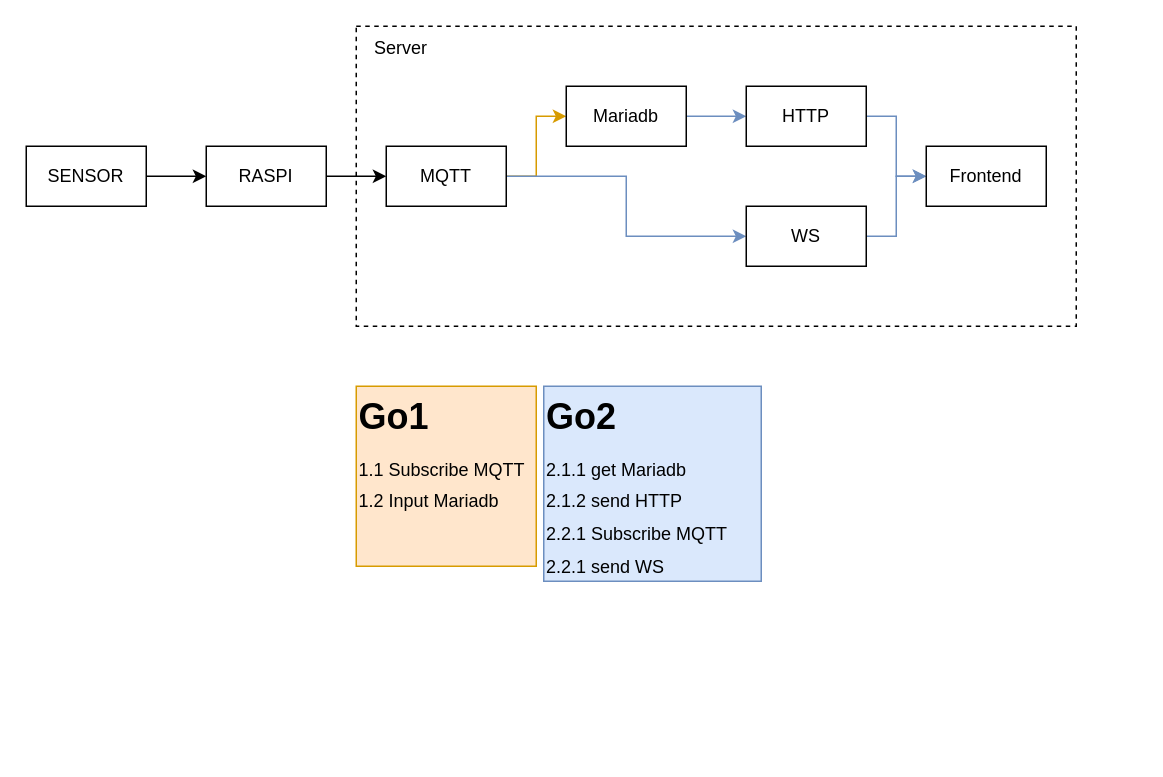
Henzine/heb-flow keeps this draw.io diagram as Flow HEB.drawio. Above is the earlier version. Source tidied: cells renumbered, new cells numbered last; positions are measured from the earlier drawing's top-left corner, leaving out a move shared by most shapes. Both pictures are drawn from the tidied source at 150%, with x=0, y=0 at pixel (26, 26).
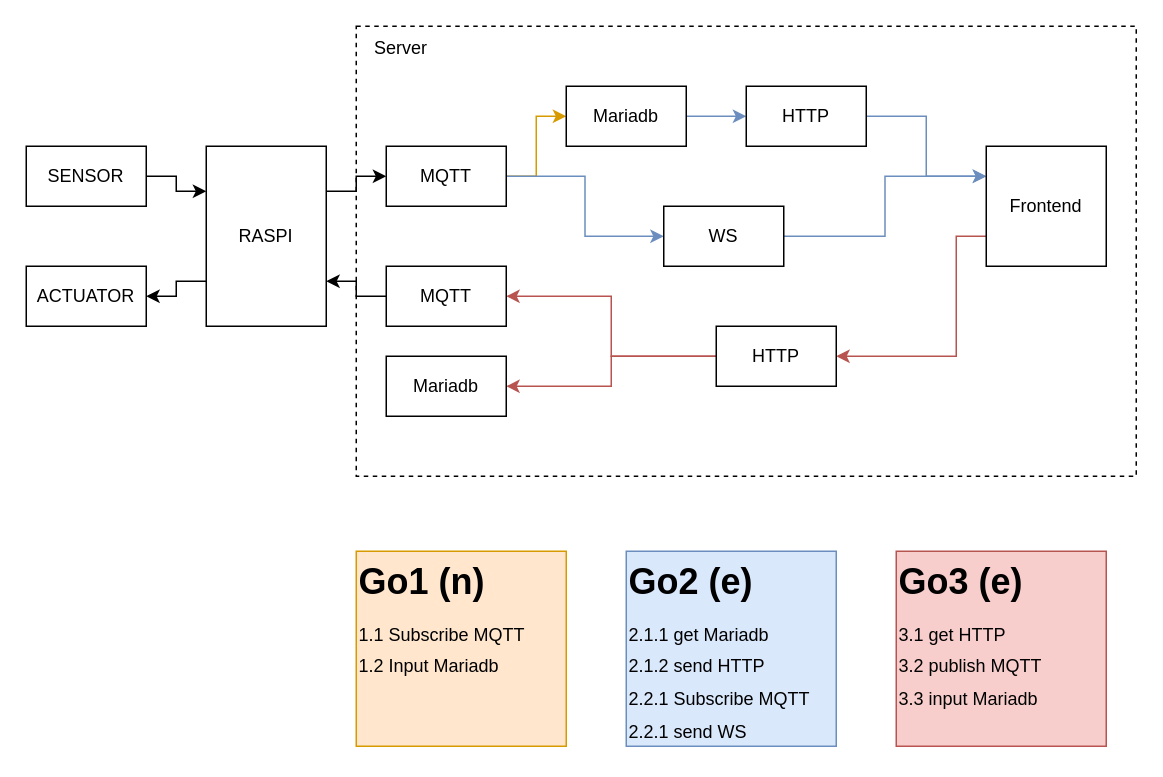
Above is the later version.

The change refers to these unchanged cells:
```xml
<mxCell id="4" value="SENSOR" style="rounded=0;whiteSpace=wrap;html=1;" parent="1" vertex="1">
  <mxGeometry y="80" width="80" height="40" as="geometry" />
</mxCell>
<mxCell id="9" value="MQTT" style="rounded=0;whiteSpace=wrap;html=1;" parent="1" vertex="1">
  <mxGeometry x="240" y="80" width="80" height="40" as="geometry" />
</mxCell>
<mxCell id="15" value="HTTP" style="rounded=0;whiteSpace=wrap;html=1;" parent="1" vertex="1">
  <mxGeometry x="480" y="40" width="80" height="40" as="geometry" />
</mxCell>
```

Change to the diagram source:
```diff
@@
     <mxCell id="2" style="rounded=0;whiteSpace=wrap;html=1;fillColor=none;dashed=1;align=left;" parent="1" vertex="1">
-      <mxGeometry x="220" width="480" height="200" as="geometry" />
+      <mxGeometry x="220" width="520" height="300" as="geometry" />
     </mxCell>
-    <mxCell id="3" style="edgeStyle=orthogonalEdgeStyle;rounded=0;jettySize=auto;html=1;entryX=0;entryY=0.5;entryDx=0;entryDy=0;" parent="1" edge="1" source="4" target="6">
+    <mxCell id="3" style="edgeStyle=orthogonalEdgeStyle;rounded=0;jettySize=auto;html=1;entryX=0;entryY=0.25;entryDx=0;entryDy=0;" parent="1" edge="1" source="4" target="6">
       <mxGeometry relative="1" as="geometry" />
     </mxCell>
@@
-    <mxCell id="5" style="edgeStyle=orthogonalEdgeStyle;rounded=0;jettySize=auto;html=1;" parent="1" edge="1" source="6" target="9">
+    <mxCell id="5" style="edgeStyle=orthogonalEdgeStyle;rounded=0;jettySize=auto;html=1;exitX=1;exitY=0.25;exitDx=0;exitDy=0;" parent="1" edge="1" source="6" target="9">
       <mxGeometry relative="1" as="geometry" />
     </mxCell>
+    <mxCell id="20" style="edgeStyle=orthogonalEdgeStyle;rounded=0;jettySize=auto;html=1;entryX=1;entryY=0.5;entryDx=0;entryDy=0;exitX=0;exitY=0.75;exitDx=0;exitDy=0;" parent="1" edge="1" source="6" target="28">
+      <mxGeometry relative="1" as="geometry" />
+    </mxCell>
     <mxCell id="6" value="RASPI" style="rounded=0;whiteSpace=wrap;html=1;" parent="1" vertex="1">
-      <mxGeometry x="120" y="80" width="80" height="40" as="geometry" />
+      <mxGeometry x="120" y="80" width="80" height="120" as="geometry" />
     </mxCell>
@@
-    <mxCell id="12" style="edgeStyle=orthogonalEdgeStyle;rounded=0;jettySize=auto;html=1;entryX=0;entryY=0.5;entryDx=0;entryDy=0;fillColor=#dae8fc;strokeColor=#6c8ebf;" parent="1" edge="1" source="13" target="16">
+    <mxCell id="12" style="edgeStyle=orthogonalEdgeStyle;rounded=0;jettySize=auto;html=1;entryX=0;entryY=0.25;entryDx=0;entryDy=0;fillColor=#dae8fc;strokeColor=#6c8ebf;" parent="1" edge="1" source="13" target="16">
       <mxGeometry relative="1" as="geometry" />
     </mxCell>
     <mxCell id="13" value="WS" style="rounded=0;whiteSpace=wrap;html=1;" parent="1" vertex="1">
-      <mxGeometry x="480" y="120" width="80" height="40" as="geometry" />
+      <mxGeometry x="425" y="120" width="80" height="40" as="geometry" />
     </mxCell>
-    <mxCell id="14" style="edgeStyle=orthogonalEdgeStyle;rounded=0;jettySize=auto;html=1;fillColor=#dae8fc;strokeColor=#6c8ebf;" parent="1" edge="1" source="15" target="16">
+    <mxCell id="14" style="edgeStyle=orthogonalEdgeStyle;rounded=0;jettySize=auto;html=1;fillColor=#dae8fc;strokeColor=#6c8ebf;entryX=0;entryY=0.25;entryDx=0;entryDy=0;" parent="1" edge="1" source="15" target="16">
       <mxGeometry relative="1" as="geometry" />
     </mxCell>
@@
+    <mxCell id="21" style="edgeStyle=orthogonalEdgeStyle;rounded=0;jettySize=auto;html=1;entryX=1;entryY=0.5;entryDx=0;entryDy=0;exitX=0;exitY=0.75;exitDx=0;exitDy=0;fillColor=#f8cecc;strokeColor=#b85450;" parent="1" edge="1" source="16" target="24">
+      <mxGeometry relative="1" as="geometry">
+        <Array as="points">
+          <mxPoint x="620" y="140" />
+          <mxPoint x="620" y="220" />
+        </Array>
+      </mxGeometry>
+    </mxCell>
     <mxCell id="16" value="Frontend" style="rounded=0;whiteSpace=wrap;html=1;" parent="1" vertex="1">
-      <mxGeometry x="600" y="80" width="80" height="40" as="geometry" />
+      <mxGeometry x="640" y="80" width="80" height="80" as="geometry" />
     </mxCell>
@@
-    <mxCell id="18" value="&lt;h1 style=&quot;margin-top: 0px;&quot;&gt;Go1&lt;/h1&gt;&lt;p style=&quot;line-height: 80%;&quot;&gt;1.1 Subscribe MQTT&lt;/p&gt;&lt;p style=&quot;line-height: 80%;&quot;&gt;1.2 Input Mariadb&lt;/p&gt;" style="text;html=1;whiteSpace=wrap;overflow=hidden;rounded=0;fillColor=#ffe6cc;strokeColor=#d79b00;" parent="1" vertex="1">
-      <mxGeometry x="220" y="240" width="120" height="120" as="geometry" />
+    <mxCell id="18" value="&lt;h1 style=&quot;margin-top: 0px;&quot;&gt;Go1 (n)&lt;/h1&gt;&lt;p style=&quot;line-height: 80%;&quot;&gt;1.1 Subscribe MQTT&lt;/p&gt;&lt;p style=&quot;line-height: 80%;&quot;&gt;1.2 Input Mariadb&lt;/p&gt;" style="text;html=1;whiteSpace=wrap;overflow=hidden;rounded=0;fillColor=#ffe6cc;strokeColor=#d79b00;" parent="1" vertex="1">
+      <mxGeometry x="220" y="350" width="140" height="130" as="geometry" />
     </mxCell>
-    <mxCell id="19" value="&lt;h1 style=&quot;margin-top: 0px;&quot;&gt;Go2&lt;/h1&gt;&lt;p style=&quot;line-height: 9.6px;&quot;&gt;&lt;span style=&quot;background-color: initial;&quot;&gt;2.1.1 get Mariadb&lt;/span&gt;&lt;br&gt;&lt;/p&gt;&lt;p style=&quot;line-height: 9.6px;&quot;&gt;2.1.2 send HTTP&lt;/p&gt;&lt;p style=&quot;line-height: 80%;&quot;&gt;2.2.1 Subscribe MQTT&lt;/p&gt;&lt;p style=&quot;line-height: 80%;&quot;&gt;2.2.1 send WS&lt;/p&gt;&lt;p style=&quot;line-height: 80%;&quot;&gt;&lt;br&gt;&lt;/p&gt;" style="text;html=1;whiteSpace=wrap;overflow=hidden;rounded=0;fillColor=#dae8fc;strokeColor=#6c8ebf;" parent="1" vertex="1">
-      <mxGeometry x="345" y="240" width="145" height="130" as="geometry" />
+    <mxCell id="19" value="&lt;h1 style=&quot;margin-top: 0px;&quot;&gt;Go2 (e)&lt;/h1&gt;&lt;p style=&quot;line-height: 9.6px;&quot;&gt;&lt;span style=&quot;background-color: initial;&quot;&gt;2.1.1 get Mariadb&lt;/span&gt;&lt;br&gt;&lt;/p&gt;&lt;p style=&quot;line-height: 9.6px;&quot;&gt;2.1.2 send HTTP&lt;/p&gt;&lt;p style=&quot;line-height: 80%;&quot;&gt;2.2.1 Subscribe MQTT&lt;/p&gt;&lt;p style=&quot;line-height: 80%;&quot;&gt;2.2.1 send WS&lt;/p&gt;&lt;p style=&quot;line-height: 80%;&quot;&gt;&lt;br&gt;&lt;/p&gt;" style="text;html=1;whiteSpace=wrap;overflow=hidden;rounded=0;fillColor=#dae8fc;strokeColor=#6c8ebf;" parent="1" vertex="1">
+      <mxGeometry x="400" y="350" width="140" height="130" as="geometry" />
     </mxCell>
+    <mxCell id="22" style="edgeStyle=orthogonalEdgeStyle;rounded=0;jettySize=auto;html=1;entryX=1;entryY=0.5;entryDx=0;entryDy=0;fillColor=#f8cecc;strokeColor=#b85450;" parent="1" edge="1" source="24" target="27">
+      <mxGeometry relative="1" as="geometry" />
+    </mxCell>
+    <mxCell id="23" style="edgeStyle=orthogonalEdgeStyle;rounded=0;jettySize=auto;html=1;fillColor=#f8cecc;strokeColor=#b85450;" parent="1" edge="1" source="24" target="26">
+      <mxGeometry relative="1" as="geometry" />
+    </mxCell>
+    <mxCell id="24" value="HTTP" style="rounded=0;whiteSpace=wrap;html=1;" parent="1" vertex="1">
+      <mxGeometry x="460" y="200" width="80" height="40" as="geometry" />
+    </mxCell>
+    <mxCell id="25" style="edgeStyle=orthogonalEdgeStyle;rounded=0;jettySize=auto;html=1;entryX=1;entryY=0.75;entryDx=0;entryDy=0;" parent="1" edge="1" source="26" target="6">
+      <mxGeometry relative="1" as="geometry" />
+    </mxCell>
+    <mxCell id="26" value="MQTT" style="rounded=0;whiteSpace=wrap;html=1;" parent="1" vertex="1">
+      <mxGeometry x="240" y="160" width="80" height="40" as="geometry" />
+    </mxCell>
+    <mxCell id="27" value="Mariadb" style="rounded=0;whiteSpace=wrap;html=1;" parent="1" vertex="1">
+      <mxGeometry x="240" y="220" width="80" height="40" as="geometry" />
+    </mxCell>
+    <mxCell id="28" value="ACTUATOR" style="rounded=0;whiteSpace=wrap;html=1;" parent="1" vertex="1">
+      <mxGeometry y="160" width="80" height="40" as="geometry" />
+    </mxCell>
+    <mxCell id="29" value="&lt;h1 style=&quot;margin-top: 0px;&quot;&gt;Go3 (e)&lt;/h1&gt;&lt;p style=&quot;line-height: 9.6px;&quot;&gt;&lt;span style=&quot;background-color: initial;&quot;&gt;3.1 get HTTP&lt;/span&gt;&lt;br&gt;&lt;/p&gt;&lt;p style=&quot;line-height: 9.6px;&quot;&gt;3.2 publish MQTT&lt;/p&gt;&lt;p style=&quot;line-height: 80%;&quot;&gt;3.3 input Mariadb&lt;/p&gt;&lt;p style=&quot;line-height: 80%;&quot;&gt;&lt;br&gt;&lt;/p&gt;" style="text;html=1;whiteSpace=wrap;overflow=hidden;rounded=0;fillColor=#f8cecc;strokeColor=#b85450;" parent="1" vertex="1">
+      <mxGeometry x="580" y="350" width="140" height="130" as="geometry" />
+    </mxCell>
```
